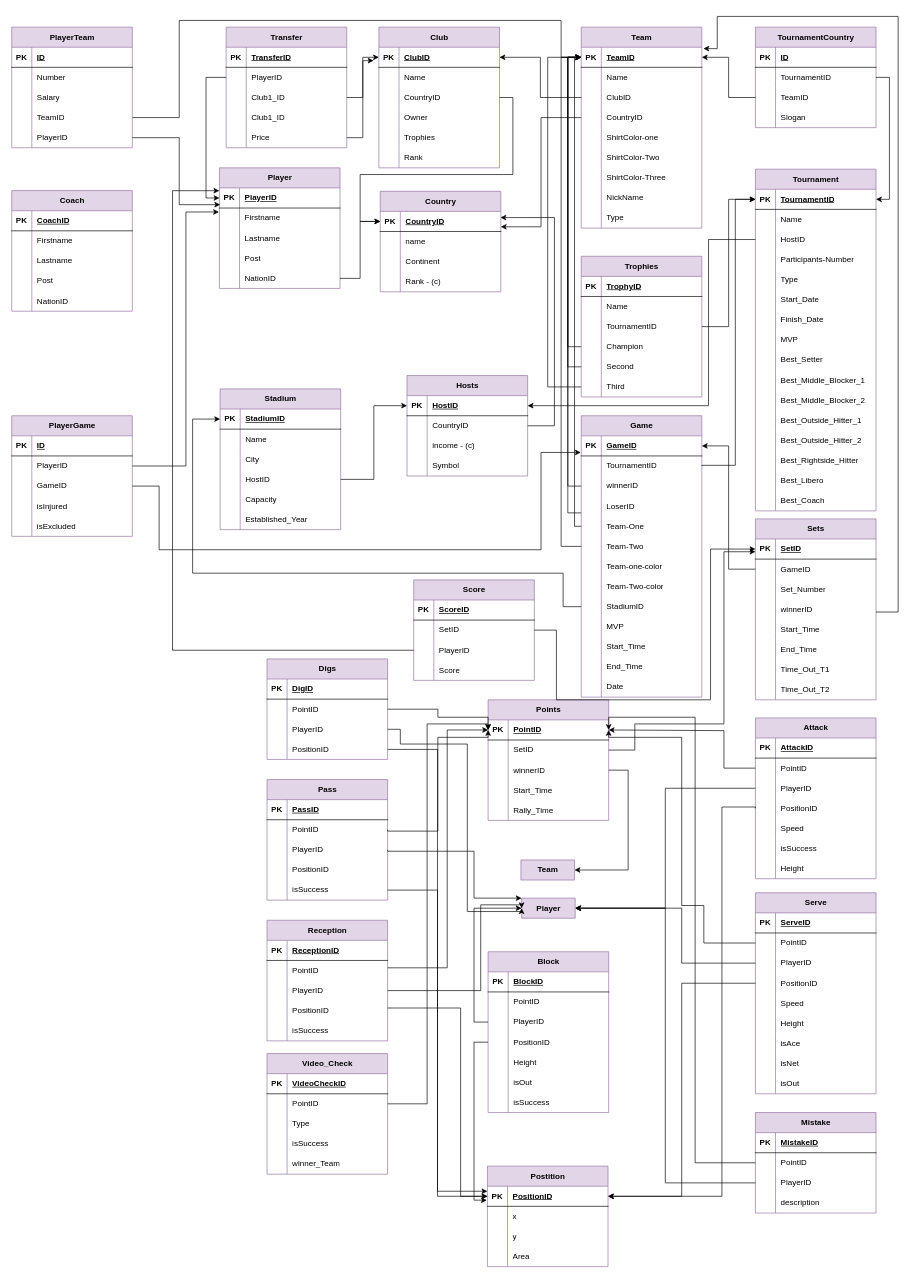
Earlier version of the draw.io diagram page "ER-Diagram" (1 of 2) of DB2_Project_Diagrams.drawio (Matinrezaei/Software-Lab). Source tidied: cells renumbered, new cells numbered last; positions are measured from the earlier drawing's top-left corner, leaving out a move shared by most shapes. Both pictures are drawn from the tidied source at 67%, with x=0, y=0 at pixel (11, 16).
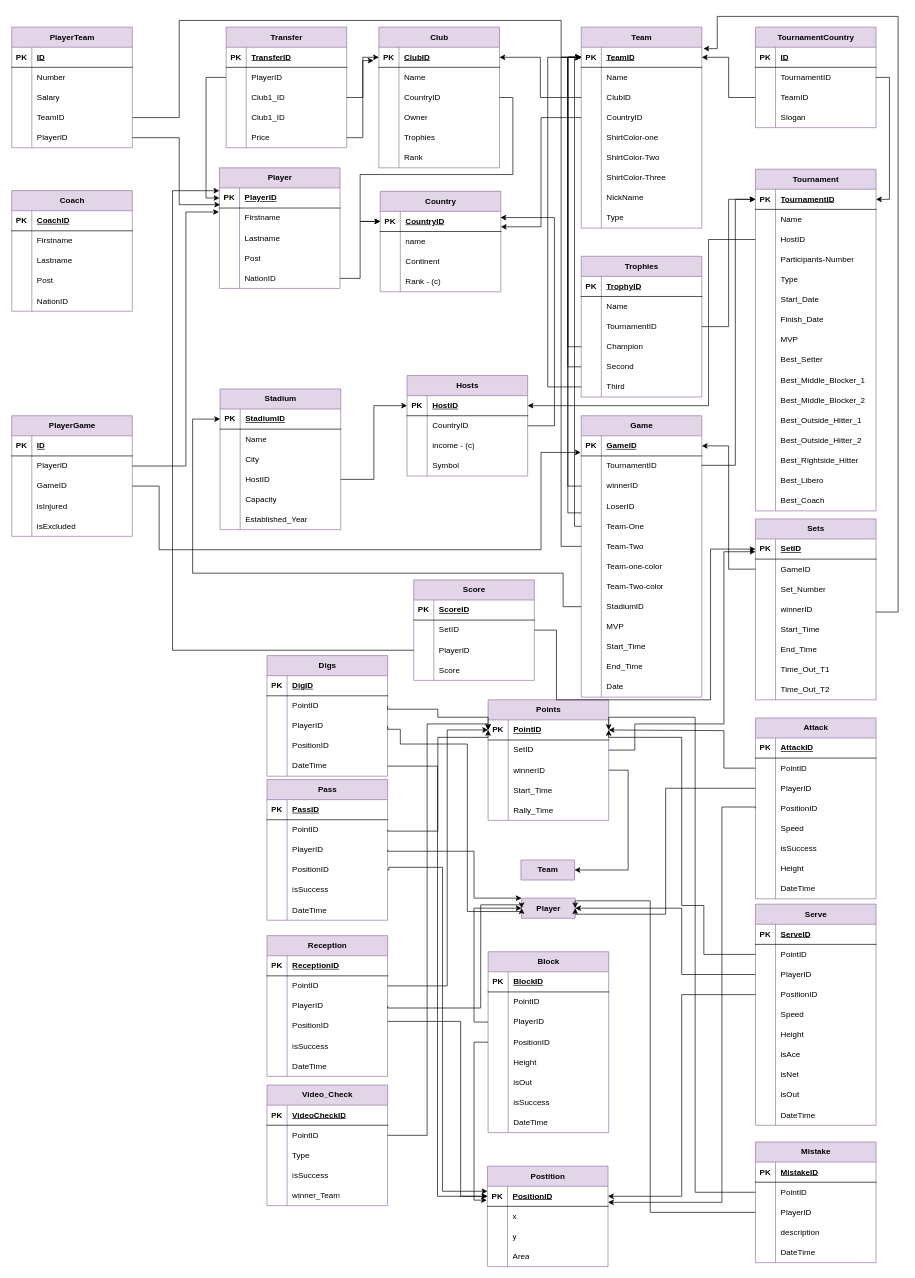
After the change.

The change refers to these unchanged cells:
```xml
<mxCell id="180" style="shape=tableRow;horizontal=0;startSize=0;swimlaneHead=0;swimlaneBody=0;fillColor=none;points=[[0,0.5],[1,0.5]];portConstraint=eastwest;top=0;left=0;right=0;bottom=1;" parent="179" vertex="1">
  <mxGeometry y="30" width="180" height="30" as="geometry" />
</mxCell>
<mxCell id="333" style="shape=tableRow;horizontal=0;startSize=0;swimlaneHead=0;swimlaneBody=0;fillColor=none;points=[[0,0.5],[1,0.5]];portConstraint=eastwest;top=0;left=0;right=0;bottom=0;" parent="323" vertex="1">
  <mxGeometry y="120" width="180" height="30" as="geometry" />
</mxCell>
<mxCell id="343" style="shape=tableRow;horizontal=0;startSize=0;swimlaneHead=0;swimlaneBody=0;fillColor=none;points=[[0,0.5],[1,0.5]];portConstraint=eastwest;top=0;left=0;right=0;bottom=0;" parent="339" vertex="1">
  <mxGeometry y="60" width="180" height="30" as="geometry" />
</mxCell>
<mxCell id="346" style="shape=tableRow;horizontal=0;startSize=0;swimlaneHead=0;swimlaneBody=0;fillColor=none;points=[[0,0.5],[1,0.5]];portConstraint=eastwest;top=0;left=0;right=0;bottom=0;" parent="339" vertex="1">
  <mxGeometry y="90" width="180" height="30" as="geometry" />
</mxCell>
<mxCell id="349" style="shape=tableRow;horizontal=0;startSize=0;swimlaneHead=0;swimlaneBody=0;fillColor=none;points=[[0,0.5],[1,0.5]];portConstraint=eastwest;top=0;left=0;right=0;bottom=0;" parent="339" vertex="1">
  <mxGeometry y="120" width="180" height="30" as="geometry" />
</mxCell>
<mxCell id="366" style="shape=tableRow;horizontal=0;startSize=0;swimlaneHead=0;swimlaneBody=0;fillColor=none;points=[[0,0.5],[1,0.5]];portConstraint=eastwest;top=0;left=0;right=0;bottom=0;" parent="359" vertex="1">
  <mxGeometry y="90" width="180" height="30" as="geometry" />
</mxCell>
<mxCell id="369" style="shape=tableRow;horizontal=0;startSize=0;swimlaneHead=0;swimlaneBody=0;fillColor=none;points=[[0,0.5],[1,0.5]];portConstraint=eastwest;top=0;left=0;right=0;bottom=0;" parent="359" vertex="1">
  <mxGeometry y="120" width="180" height="30" as="geometry" />
</mxCell>
<mxCell id="407" style="shape=tableRow;horizontal=0;startSize=0;swimlaneHead=0;swimlaneBody=0;fillColor=none;points=[[0,0.5],[1,0.5]];portConstraint=eastwest;top=0;left=0;right=0;bottom=0;" parent="403" vertex="1">
  <mxGeometry y="60" width="180" height="30" as="geometry" />
</mxCell>
<mxCell id="410" style="shape=tableRow;horizontal=0;startSize=0;swimlaneHead=0;swimlaneBody=0;fillColor=none;points=[[0,0.5],[1,0.5]];portConstraint=eastwest;top=0;left=0;right=0;bottom=0;" parent="403" vertex="1">
  <mxGeometry y="90" width="180" height="30" as="geometry" />
</mxCell>
<mxCell id="437" style="shape=tableRow;horizontal=0;startSize=0;swimlaneHead=0;swimlaneBody=0;fillColor=none;points=[[0,0.5],[1,0.5]];portConstraint=eastwest;top=0;left=0;right=0;bottom=0;" parent="433" vertex="1">
  <mxGeometry y="60" width="180" height="30" as="geometry" />
</mxCell>
<mxCell id="440" style="shape=tableRow;horizontal=0;startSize=0;swimlaneHead=0;swimlaneBody=0;fillColor=none;points=[[0,0.5],[1,0.5]];portConstraint=eastwest;top=0;left=0;right=0;bottom=0;" parent="433" vertex="1">
  <mxGeometry y="90" width="180" height="30" as="geometry" />
</mxCell>
<mxCell id="447" value="Player" style="shape=table;startSize=30;childLayout=tableLayout;rowLines=0;fontStyle=1;align=center;html=1;fillColor=#e1d5e7;strokeColor=#9673a6;" parent="1" vertex="1" collapsed="1">
  <mxGeometry x="761" y="1316" width="80" height="30" as="geometry" />
</mxCell>
<mxCell id="459" style="shape=tableRow;horizontal=0;startSize=0;swimlaneHead=0;swimlaneBody=0;fillColor=none;points=[[0,0.5],[1,0.5]];portConstraint=eastwest;top=0;left=0;right=0;bottom=0;" parent="455" vertex="1">
  <mxGeometry y="60" width="180" height="30" as="geometry" />
</mxCell>
<mxCell id="506" value="Postition" style="shape=table;startSize=30;childLayout=tableLayout;rowLines=0;fontStyle=1;align=center;html=1;fillColor=#e1d5e7;strokeColor=#9673a6;" parent="1" vertex="1">
  <mxGeometry x="710" y="1716" width="180" height="150" as="geometry" />
</mxCell>
<mxCell id="507" style="shape=tableRow;horizontal=0;startSize=0;swimlaneHead=0;swimlaneBody=0;fillColor=none;points=[[0,0.5],[1,0.5]];portConstraint=eastwest;top=0;left=0;right=0;bottom=1;" parent="506" vertex="1">
  <mxGeometry y="30" width="180" height="30" as="geometry" />
</mxCell>
```

The edit, as a diff of the source:
```diff
@@
     <mxCell id="309" value="Digs" style="shape=table;startSize=30;childLayout=tableLayout;rowLines=0;fontStyle=1;align=center;html=1;fillColor=#e1d5e7;strokeColor=#9673a6;" parent="1" vertex="1">
-      <mxGeometry x="381" y="959" width="180" height="150" as="geometry" />
+      <mxGeometry x="381" y="954" width="180" height="180" as="geometry" />
     </mxCell>
@@
+    <mxCell id="562" style="shape=tableRow;horizontal=0;startSize=0;swimlaneHead=0;swimlaneBody=0;fillColor=none;top=0;left=0;right=0;bottom=0;" parent="309" vertex="1">
+      <mxGeometry y="120" width="180" height="30" as="geometry" />
+    </mxCell>
+    <mxCell id="563" style="shape=partialRectangle;fillColor=none;top=0;left=0;bottom=0;right=0;overflow=hidden;whiteSpace=wrap;html=1;" parent="562" vertex="1">
+      <mxGeometry width="30" height="30" as="geometry" />
+    </mxCell>
+    <mxCell id="564" value="PositionID" style="shape=partialRectangle;fillColor=none;top=0;left=0;bottom=0;right=0;align=left;spacingLeft=6;overflow=hidden;whiteSpace=wrap;html=1;" parent="562" vertex="1">
+      <mxGeometry x="30" width="150" height="30" as="geometry" />
+    </mxCell>
     <mxCell id="319" style="shape=tableRow;horizontal=0;startSize=0;swimlaneHead=0;swimlaneBody=0;fillColor=none;points=[[0,0.5],[1,0.5]];portConstraint=eastwest;top=0;left=0;right=0;bottom=0;" parent="309" vertex="1">
-      <mxGeometry y="120" width="180" height="30" as="geometry" />
+      <mxGeometry y="150" width="180" height="30" as="geometry" />
     </mxCell>
@@
-    <mxCell id="321" value="PositionID" style="shape=partialRectangle;fillColor=none;top=0;left=0;bottom=0;right=0;align=left;spacingLeft=6;overflow=hidden;whiteSpace=wrap;html=1;" parent="319" vertex="1">
+    <mxCell id="321" value="DateTime" style="shape=partialRectangle;fillColor=none;top=0;left=0;bottom=0;right=0;align=left;spacingLeft=6;overflow=hidden;whiteSpace=wrap;html=1;" parent="319" vertex="1">
       <mxGeometry x="30" width="150" height="30" as="geometry" />
     </mxCell>
@@
     <mxCell id="323" value="Pass" style="shape=table;startSize=30;childLayout=tableLayout;rowLines=0;fontStyle=1;align=center;html=1;fillColor=#e1d5e7;strokeColor=#9673a6;" parent="1" vertex="1">
-      <mxGeometry x="381" y="1139" width="180" height="180" as="geometry" />
+      <mxGeometry x="381" y="1139" width="180" height="210" as="geometry" />
     </mxCell>
@@
+    <mxCell id="565" style="shape=tableRow;horizontal=0;startSize=0;swimlaneHead=0;swimlaneBody=0;fillColor=none;top=0;left=0;right=0;bottom=0;" parent="323" vertex="1">
+      <mxGeometry y="150" width="180" height="30" as="geometry" />
+    </mxCell>
+    <mxCell id="566" style="shape=partialRectangle;fillColor=none;top=0;left=0;bottom=0;right=0;overflow=hidden;whiteSpace=wrap;html=1;" parent="565" vertex="1">
+      <mxGeometry width="30" height="30" as="geometry" />
+    </mxCell>
+    <mxCell id="567" value="isSuccess" style="shape=partialRectangle;fillColor=none;top=0;left=0;bottom=0;right=0;align=left;spacingLeft=6;overflow=hidden;whiteSpace=wrap;html=1;" parent="565" vertex="1">
+      <mxGeometry x="30" width="150" height="30" as="geometry" />
+    </mxCell>
     <mxCell id="336" style="shape=tableRow;horizontal=0;startSize=0;swimlaneHead=0;swimlaneBody=0;fillColor=none;points=[[0,0.5],[1,0.5]];portConstraint=eastwest;top=0;left=0;right=0;bottom=0;" parent="323" vertex="1">
-      <mxGeometry y="150" width="180" height="30" as="geometry" />
+      <mxGeometry y="180" width="180" height="30" as="geometry" />
     </mxCell>
@@
-    <mxCell id="338" value="isSuccess" style="shape=partialRectangle;fillColor=none;top=0;left=0;bottom=0;right=0;align=left;spacingLeft=6;overflow=hidden;whiteSpace=wrap;html=1;" parent="336" vertex="1">
+    <mxCell id="338" value="DateTime" style="shape=partialRectangle;fillColor=none;top=0;left=0;bottom=0;right=0;align=left;spacingLeft=6;overflow=hidden;whiteSpace=wrap;html=1;" parent="336" vertex="1">
       <mxGeometry x="30" width="150" height="30" as="geometry" />
     </mxCell>
     <mxCell id="339" value="Reception" style="shape=table;startSize=30;childLayout=tableLayout;rowLines=0;fontStyle=1;align=center;html=1;fillColor=#e1d5e7;strokeColor=#9673a6;" parent="1" vertex="1">
-      <mxGeometry x="381" y="1349" width="180" height="180" as="geometry" />
+      <mxGeometry x="381" y="1372" width="180" height="210" as="geometry" />
     </mxCell>
@@
+    <mxCell id="568" style="shape=tableRow;horizontal=0;startSize=0;swimlaneHead=0;swimlaneBody=0;fillColor=none;top=0;left=0;right=0;bottom=0;" parent="339" vertex="1">
+      <mxGeometry y="150" width="180" height="30" as="geometry" />
+    </mxCell>
+    <mxCell id="569" style="shape=partialRectangle;fillColor=none;top=0;left=0;bottom=0;right=0;overflow=hidden;whiteSpace=wrap;html=1;" parent="568" vertex="1">
+      <mxGeometry width="30" height="30" as="geometry" />
+    </mxCell>
+    <mxCell id="570" value="isSuccess" style="shape=partialRectangle;fillColor=none;top=0;left=0;bottom=0;right=0;align=left;spacingLeft=6;overflow=hidden;whiteSpace=wrap;html=1;" parent="568" vertex="1">
+      <mxGeometry x="30" width="150" height="30" as="geometry" />
+    </mxCell>
     <mxCell id="352" style="shape=tableRow;horizontal=0;startSize=0;swimlaneHead=0;swimlaneBody=0;fillColor=none;top=0;left=0;right=0;bottom=0;" parent="339" vertex="1">
-      <mxGeometry y="150" width="180" height="30" as="geometry" />
+      <mxGeometry y="180" width="180" height="30" as="geometry" />
     </mxCell>
@@
-    <mxCell id="354" value="isSuccess" style="shape=partialRectangle;fillColor=none;top=0;left=0;bottom=0;right=0;align=left;spacingLeft=6;overflow=hidden;whiteSpace=wrap;html=1;" parent="352" vertex="1">
+    <mxCell id="354" value="DateTime" style="shape=partialRectangle;fillColor=none;top=0;left=0;bottom=0;right=0;align=left;spacingLeft=6;overflow=hidden;whiteSpace=wrap;html=1;" parent="352" vertex="1">
       <mxGeometry x="30" width="150" height="30" as="geometry" />
     </mxCell>
@@
     <mxCell id="358" style="edgeStyle=orthogonalEdgeStyle;rounded=0;jettySize=auto;html=1;" parent="1" edge="1" source="343" target="180">
       <mxGeometry relative="1" as="geometry">
         <Array as="points">
-          <mxPoint x="650" y="1420" />
+          <mxPoint x="650" y="1447" />
           <mxPoint x="650" y="1065" />
         </Array>
       </mxGeometry>
     </mxCell>
     <mxCell id="359" value="Attack" style="shape=table;startSize=30;childLayout=tableLayout;rowLines=0;fontStyle=1;align=center;html=1;fillColor=#e1d5e7;strokeColor=#9673a6;" parent="1" vertex="1">
-      <mxGeometry x="1110" y="1047" width="180" height="240" as="geometry" />
+      <mxGeometry x="1110" y="1047" width="180" height="270" as="geometry" />
     </mxCell>
@@
+    <mxCell id="571" style="shape=tableRow;horizontal=0;startSize=0;swimlaneHead=0;swimlaneBody=0;fillColor=none;top=0;left=0;right=0;bottom=0;" parent="359" vertex="1">
+      <mxGeometry y="240" width="180" height="30" as="geometry" />
+    </mxCell>
+    <mxCell id="572" style="shape=partialRectangle;fillColor=none;top=0;left=0;bottom=0;right=0;overflow=hidden;whiteSpace=wrap;html=1;" parent="571" vertex="1">
+      <mxGeometry width="30" height="30" as="geometry" />
+    </mxCell>
+    <mxCell id="573" value="DateTime" style="shape=partialRectangle;fillColor=none;top=0;left=0;bottom=0;right=0;align=left;spacingLeft=6;overflow=hidden;whiteSpace=wrap;html=1;" parent="571" vertex="1">
+      <mxGeometry x="30" width="150" height="30" as="geometry" />
+    </mxCell>
     <mxCell id="381" value="Block" style="shape=table;startSize=30;childLayout=tableLayout;rowLines=0;fontStyle=1;align=center;html=1;fillColor=#e1d5e7;strokeColor=#9673a6;" parent="1" vertex="1">
-      <mxGeometry x="711" y="1396" width="180" height="240" as="geometry" />
+      <mxGeometry x="711" y="1396" width="180" height="270" as="geometry" />
     </mxCell>
@@
+    <mxCell id="574" style="shape=tableRow;horizontal=0;startSize=0;swimlaneHead=0;swimlaneBody=0;fillColor=none;top=0;left=0;right=0;bottom=0;" parent="381" vertex="1">
+      <mxGeometry y="240" width="180" height="30" as="geometry" />
+    </mxCell>
+    <mxCell id="575" style="shape=partialRectangle;fillColor=none;top=0;left=0;bottom=0;right=0;overflow=hidden;whiteSpace=wrap;html=1;" parent="574" vertex="1">
+      <mxGeometry width="30" height="30" as="geometry" />
+    </mxCell>
+    <mxCell id="576" value="DateTime" style="shape=partialRectangle;fillColor=none;top=0;left=0;bottom=0;right=0;align=left;spacingLeft=6;overflow=hidden;whiteSpace=wrap;html=1;" parent="574" vertex="1">
+      <mxGeometry x="30" width="150" height="30" as="geometry" />
+    </mxCell>
     <mxCell id="403" value="Serve" style="shape=table;startSize=30;childLayout=tableLayout;rowLines=0;fontStyle=1;align=center;html=1;fillColor=#e1d5e7;strokeColor=#9673a6;" parent="1" vertex="1">
-      <mxGeometry x="1110" y="1308" width="180" height="300" as="geometry" />
+      <mxGeometry x="1110" y="1325" width="180" height="330" as="geometry" />
     </mxCell>
@@
+    <mxCell id="577" style="shape=tableRow;horizontal=0;startSize=0;swimlaneHead=0;swimlaneBody=0;fillColor=none;top=0;left=0;right=0;bottom=0;" parent="403" vertex="1">
+      <mxGeometry y="300" width="180" height="30" as="geometry" />
+    </mxCell>
+    <mxCell id="578" style="shape=partialRectangle;fillColor=none;top=0;left=0;bottom=0;right=0;overflow=hidden;whiteSpace=wrap;html=1;" parent="577" vertex="1">
+      <mxGeometry width="30" height="30" as="geometry" />
+    </mxCell>
+    <mxCell id="579" value="DateTime" style="shape=partialRectangle;fillColor=none;top=0;left=0;bottom=0;right=0;align=left;spacingLeft=6;overflow=hidden;whiteSpace=wrap;html=1;" parent="577" vertex="1">
+      <mxGeometry x="30" width="150" height="30" as="geometry" />
+    </mxCell>
@@
     <mxCell id="432" style="edgeStyle=orthogonalEdgeStyle;rounded=0;jettySize=auto;html=1;entryX=1;entryY=0.5;entryDx=0;entryDy=0;exitX=0;exitY=0.5;exitDx=0;exitDy=0;" parent="1" edge="1" source="407" target="180">
       <mxGeometry relative="1" as="geometry">
         <Array as="points">
-          <mxPoint x="1033" y="1383" />
+          <mxPoint x="1033" y="1400" />
           <mxPoint x="1033" y="1327" />
           <mxPoint x="1000" y="1327" />
           <mxPoint x="1000" y="1076" />
           <mxPoint x="891" y="1076" />
         </Array>
       </mxGeometry>
     </mxCell>
     <mxCell id="433" value="Mistake" style="shape=table;startSize=30;childLayout=tableLayout;rowLines=0;fontStyle=1;align=center;html=1;fillColor=#e1d5e7;strokeColor=#9673a6;" parent="1" vertex="1">
-      <mxGeometry x="1110" y="1636" width="180" height="150" as="geometry" />
+      <mxGeometry x="1110" y="1680" width="180" height="180" as="geometry" />
     </mxCell>
@@
+    <mxCell id="580" style="shape=tableRow;horizontal=0;startSize=0;swimlaneHead=0;swimlaneBody=0;fillColor=none;top=0;left=0;right=0;bottom=0;" parent="433" vertex="1">
+      <mxGeometry y="150" width="180" height="30" as="geometry" />
+    </mxCell>
+    <mxCell id="581" style="shape=partialRectangle;fillColor=none;top=0;left=0;bottom=0;right=0;overflow=hidden;whiteSpace=wrap;html=1;" parent="580" vertex="1">
+      <mxGeometry width="30" height="30" as="geometry" />
+    </mxCell>
+    <mxCell id="582" value="DateTime" style="shape=partialRectangle;fillColor=none;top=0;left=0;bottom=0;right=0;align=left;spacingLeft=6;overflow=hidden;whiteSpace=wrap;html=1;" parent="580" vertex="1">
+      <mxGeometry x="30" width="150" height="30" as="geometry" />
+    </mxCell>
     <mxCell id="446" style="edgeStyle=orthogonalEdgeStyle;rounded=0;jettySize=auto;html=1;entryX=1;entryY=0.5;entryDx=0;entryDy=0;exitX=0;exitY=0.5;exitDx=0;exitDy=0;" parent="1" edge="1" source="437" target="180">
       <mxGeometry relative="1" as="geometry">
         <Array as="points">
-          <mxPoint x="1020" y="1711" />
+          <mxPoint x="1020" y="1755" />
           <mxPoint x="1020" y="1046" />
           <mxPoint x="891" y="1046" />
         </Array>
       </mxGeometry>
     </mxCell>
@@
     <mxCell id="448" style="edgeStyle=orthogonalEdgeStyle;rounded=0;jettySize=auto;html=1;entryX=1;entryY=0.5;entryDx=0;entryDy=0;" parent="1" edge="1" source="440" target="447">
-      <mxGeometry relative="1" as="geometry" />
+      <mxGeometry relative="1" as="geometry">
+        <Array as="points">
+          <mxPoint x="953" y="1785" />
+          <mxPoint x="953" y="1320" />
+          <mxPoint x="841" y="1320" />
+        </Array>
+      </mxGeometry>
     </mxCell>
@@
     <mxCell id="450" style="edgeStyle=orthogonalEdgeStyle;rounded=0;jettySize=auto;html=1;entryX=1;entryY=0.5;entryDx=0;entryDy=0;exitX=0;exitY=0.5;exitDx=0;exitDy=0;" parent="1" edge="1" source="410" target="447">
       <mxGeometry relative="1" as="geometry">
         <Array as="points">
-          <mxPoint x="1000" y="1413" />
+          <mxPoint x="1000" y="1430" />
           <mxPoint x="1000" y="1331" />
         </Array>
       </mxGeometry>
     </mxCell>
     <mxCell id="451" style="edgeStyle=orthogonalEdgeStyle;rounded=0;jettySize=auto;html=1;entryX=1;entryY=0.5;entryDx=0;entryDy=0;" parent="1" edge="1" source="366" target="447">
-      <mxGeometry relative="1" as="geometry" />
+      <mxGeometry relative="1" as="geometry">
+        <Array as="points">
+          <mxPoint x="976" y="1152" />
+          <mxPoint x="976" y="1340" />
+          <mxPoint x="841" y="1340" />
+        </Array>
+      </mxGeometry>
     </mxCell>
@@
     <mxCell id="454" style="edgeStyle=orthogonalEdgeStyle;rounded=0;jettySize=auto;html=1;entryX=0;entryY=0.5;entryDx=0;entryDy=0;exitX=1;exitY=0.5;exitDx=0;exitDy=0;" parent="1" edge="1" source="346" target="447">
       <mxGeometry relative="1" as="geometry">
         <Array as="points">
-          <mxPoint x="700" y="1454" />
+          <mxPoint x="561" y="1480" />
+          <mxPoint x="700" y="1480" />
           <mxPoint x="700" y="1326" />
           <mxPoint x="761" y="1326" />
         </Array>
       </mxGeometry>
     </mxCell>
     <mxCell id="455" value="Video_Check" style="shape=table;startSize=30;childLayout=tableLayout;rowLines=0;fontStyle=1;align=center;html=1;fillColor=#e1d5e7;strokeColor=#9673a6;" parent="1" vertex="1">
-      <mxGeometry x="381" y="1548" width="180" height="180" as="geometry" />
+      <mxGeometry x="381" y="1595" width="180" height="180" as="geometry" />
     </mxCell>
@@
     <mxCell id="471" style="edgeStyle=orthogonalEdgeStyle;rounded=0;jettySize=auto;html=1;entryX=0;entryY=0.5;entryDx=0;entryDy=0;" parent="1" edge="1" source="459" target="180">
       <mxGeometry relative="1" as="geometry">
         <Array as="points">
-          <mxPoint x="620" y="1623" />
+          <mxPoint x="620" y="1670" />
           <mxPoint x="620" y="1056" />
           <mxPoint x="711" y="1056" />
         </Array>
       </mxGeometry>
     </mxCell>
@@
     <mxCell id="519" style="edgeStyle=orthogonalEdgeStyle;rounded=0;jettySize=auto;html=1;" parent="1" edge="1" source="349">
       <mxGeometry relative="1" as="geometry">
         <mxPoint x="710" y="1761" as="targetPoint" />
         <Array as="points">
-          <mxPoint x="670" y="1480" />
+          <mxPoint x="670" y="1500" />
           <mxPoint x="670" y="1761" />
         </Array>
       </mxGeometry>
     </mxCell>
@@
     <mxCell id="522" style="edgeStyle=orthogonalEdgeStyle;rounded=0;jettySize=auto;html=1;exitX=0;exitY=0.5;exitDx=0;exitDy=0;" parent="1" edge="1" source="369" target="507">
       <mxGeometry relative="1" as="geometry">
         <Array as="points">
           <mxPoint x="1110" y="1180" />
           <mxPoint x="1060" y="1180" />
-          <mxPoint x="1060" y="1761" />
+          <mxPoint x="1060" y="1770" />
         </Array>
       </mxGeometry>
     </mxCell>
@@
-    <mxCell id="541" style="edgeStyle=orthogonalEdgeStyle;rounded=0;jettySize=auto;html=1;entryX=0;entryY=0.25;entryDx=0;entryDy=0;" parent="1" edge="1" source="336" target="506">
-      <mxGeometry relative="1" as="geometry" />
+    <mxCell id="541" style="edgeStyle=orthogonalEdgeStyle;rounded=0;jettySize=auto;html=1;entryX=0;entryY=0.25;entryDx=0;entryDy=0;exitX=1;exitY=0.5;exitDx=0;exitDy=0;" parent="1" edge="1" source="333" target="506">
+      <mxGeometry relative="1" as="geometry">
+        <Array as="points">
+          <mxPoint x="563" y="1274" />
+          <mxPoint x="563" y="1270" />
+          <mxPoint x="643" y="1270" />
+          <mxPoint x="643" y="1753" />
+        </Array>
+      </mxGeometry>
     </mxCell>
```
